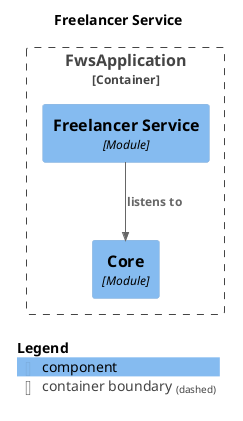
Earlier version of the PlantUML export docs/modules/module-freelancer.png (krloxz/fws-application).
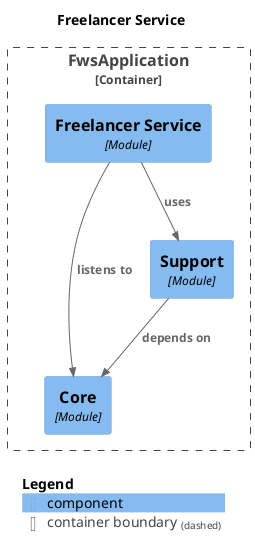
Later version of the same file.

Diff of the diagram source:
```diff
@@ -11,9 +11,12 @@
 Container_Boundary("FwsApplication.FwsApplication_boundary", "FwsApplication", $tags="") {
   Component(FwsApplication.FwsApplication.Core, "Core", $techn="Module", $descr="", $tags="", $link="")
   Component(FwsApplication.FwsApplication.FreelancerService, "Freelancer Service", $techn="Module", $descr="", $tags="", $link="")
+  Component(FwsApplication.FwsApplication.Support, "Support", $techn="Module", $descr="", $tags="", $link="")
 }
 
 Rel(FwsApplication.FwsApplication.FreelancerService, FwsApplication.FwsApplication.Core, "listens to", $techn="", $tags="", $link="")
+Rel(FwsApplication.FwsApplication.FreelancerService, FwsApplication.FwsApplication.Support, "uses", $techn="", $tags="", $link="")
+Rel(FwsApplication.FwsApplication.Support, FwsApplication.FwsApplication.Core, "depends on", $techn="", $tags="", $link="")
 
 SHOW_LEGEND(true)
 @enduml
```
